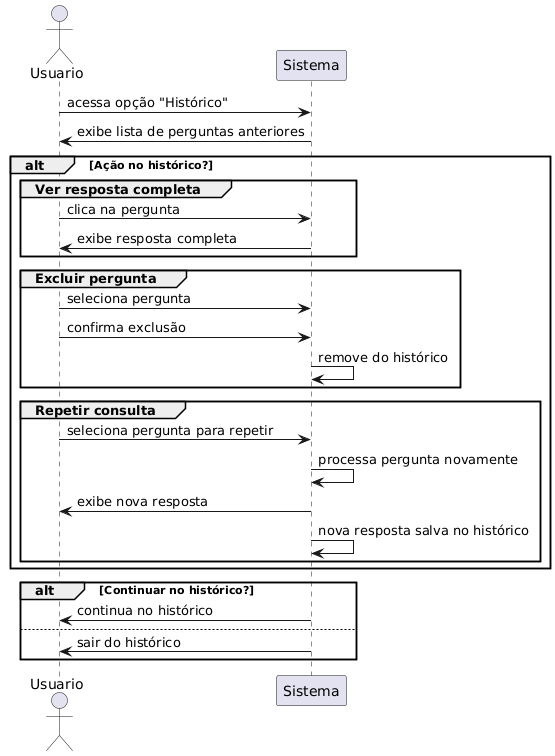
Before: Diagramas/Sequência/Sequência - histórico.png, a diagram exported from PlantUML (Euderlan/G4_CONSULTA_DOCUMENTOS). The source it was exported from:
```plantuml
@startuml
actor Usuario
participant "Sistema" as Sistema

Usuario -> Sistema : acessa opção "Histórico"
Sistema -> Usuario : exibe lista de perguntas anteriores
alt Ação no histórico?
    group Ver resposta completa
        Usuario -> Sistema : clica na pergunta
        Sistema -> Usuario : exibe resposta completa
    end
    group Excluir pergunta
        Usuario -> Sistema : seleciona pergunta
        Usuario -> Sistema : confirma exclusão
        Sistema -> Sistema : remove do histórico
    end
    group Repetir consulta
        Usuario -> Sistema : seleciona pergunta para repetir
        Sistema -> Sistema : processa pergunta novamente
        Sistema -> Usuario : exibe nova resposta
        Sistema -> Sistema : nova resposta salva no histórico
    end
end
alt Continuar no histórico?
    Sistema -> Usuario : continua no histórico
else
    Sistema -> Usuario : sair do histórico
end
@enduml
```
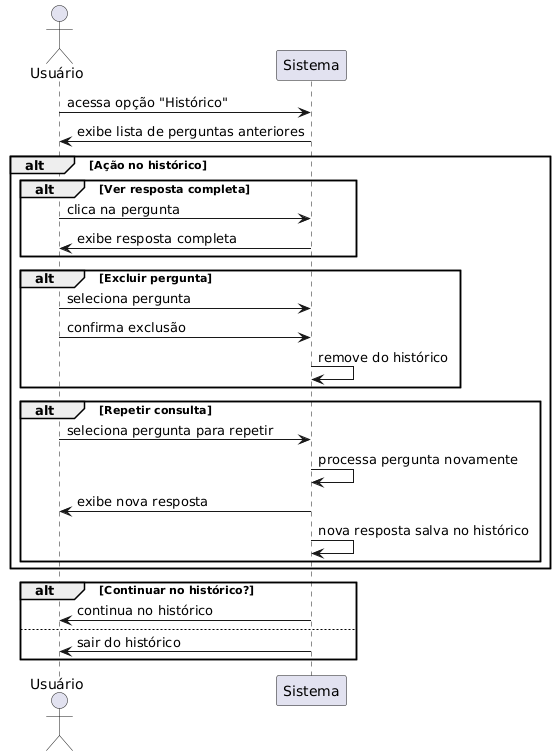
The same file after the commit.

Diff of the diagram source:
```diff
@@ -1,29 +1,36 @@
 @startuml
-actor Usuario
-participant "Sistema" as Sistema
+actor Usuário
+participant Sistema
 
-Usuario -> Sistema : acessa opção "Histórico"
-Sistema -> Usuario : exibe lista de perguntas anteriores
-alt Ação no histórico?
-    group Ver resposta completa
-        Usuario -> Sistema : clica na pergunta
-        Sistema -> Usuario : exibe resposta completa
+Usuário -> Sistema: acessa opção "Histórico"
+Sistema -> Usuário: exibe lista de perguntas anteriores
+
+alt Ação no histórico
+    alt Ver resposta completa
+        Usuário -> Sistema: clica na pergunta
+        Sistema -> Usuário: exibe resposta completa
     end
-    group Excluir pergunta
-        Usuario -> Sistema : seleciona pergunta
-        Usuario -> Sistema : confirma exclusão
-        Sistema -> Sistema : remove do histórico
+
+    alt Excluir pergunta
+        Usuário -> Sistema: seleciona pergunta
+        Usuário -> Sistema: confirma exclusão
+        Sistema -> Sistema: remove do histórico
     end
-    group Repetir consulta
-        Usuario -> Sistema : seleciona pergunta para repetir
-        Sistema -> Sistema : processa pergunta novamente
-        Sistema -> Usuario : exibe nova resposta
-        Sistema -> Sistema : nova resposta salva no histórico
+
+    alt Repetir consulta
+        Usuário -> Sistema: seleciona pergunta para repetir
+        Sistema -> Sistema: processa pergunta novamente
+        Sistema -> Usuário: exibe nova resposta
+        Sistema -> Sistema: nova resposta salva no histórico
     end
 end
+
 alt Continuar no histórico?
-    Sistema -> Usuario : continua no histórico
+    Sistema -> Usuário: continua no histórico
 else
-    Sistema -> Usuario : sair do histórico
+    Sistema -> Usuário: sair do histórico
 end
+
+actor Usuário
+participant Sistema
 @enduml
```
